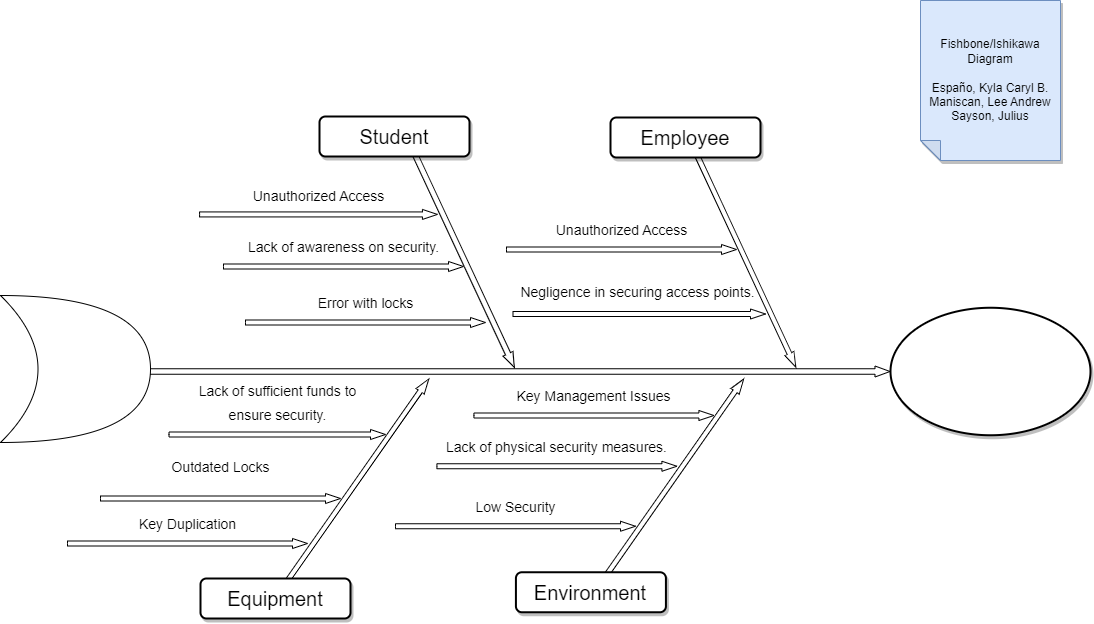
The draw.io diagram Fishbone Diagram.drawio.png in kaisunoo/Acads, before a commit. Source tidied: cells renumbered, new cells last; positions are measured from the earlier drawing's top-left corner, leaving out a move shared by most shapes.
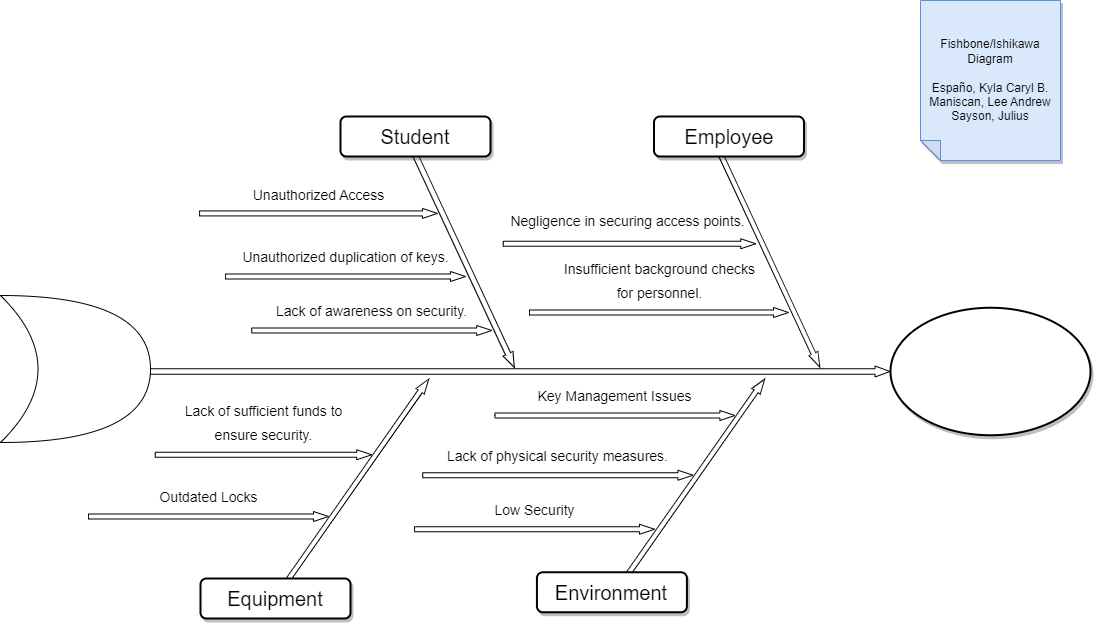
Later version of the same file.

Change to the diagram source:
```diff
@@ -6,7 +6,7 @@
       <mxGeometry x="352.2" y="356.1" width="10" height="247.8" as="geometry" />
     </mxCell>
     <mxCell id="3" style="html=1;shadow=0;dashed=0;align=center;verticalAlign=middle;shape=mxgraph.arrows2.arrow;dy=0.5;dx=15;direction=north;notch=0;rounded=0;strokeWidth=1;fontSize=20;rotation=35;" parent="1" vertex="1">
-      <mxGeometry x="669.3" y="356.9" width="10" height="240" as="geometry" />
+      <mxGeometry x="690.3" y="356.9" width="10" height="240" as="geometry" />
     </mxCell>
     <mxCell id="4" style="html=1;shadow=0;dashed=0;align=center;verticalAlign=middle;shape=mxgraph.arrows2.arrow;dy=0.5;dx=15;direction=north;notch=0;rounded=0;strokeWidth=1;fontSize=20;rotation=90;" parent="1" vertex="1">
       <mxGeometry x="513.5" y="0.5" width="11" height="741" as="geometry" />
@@ -15,59 +15,56 @@
       <mxGeometry x="457.6" y="138.1" width="11" height="240" as="geometry" />
     </mxCell>
     <mxCell id="6" style="html=1;shadow=0;dashed=0;align=center;verticalAlign=middle;shape=mxgraph.arrows2.arrow;dy=0.5;dx=15;direction=north;notch=0;rounded=0;strokeWidth=1;fontSize=20;rotation=155;" parent="1" vertex="1">
-      <mxGeometry x="739.5" y="137.9" width="10" height="240" as="geometry" />
+      <mxGeometry x="763.5" y="137.9" width="10" height="240" as="geometry" />
     </mxCell>
     <mxCell id="7" value="Student" style="rounded=1;whiteSpace=wrap;html=1;shadow=1;strokeWidth=2;fontSize=20;" parent="1" vertex="1">
-      <mxGeometry x="319" y="116" width="150" height="40" as="geometry" />
+      <mxGeometry x="340" y="116" width="150" height="40" as="geometry" />
     </mxCell>
     <mxCell id="8" value="Employee" style="rounded=1;whiteSpace=wrap;html=1;shadow=1;strokeWidth=2;fontSize=20;" parent="1" vertex="1">
-      <mxGeometry x="610" y="117" width="150" height="40" as="geometry" />
+      <mxGeometry x="653.5" y="116" width="150" height="40" as="geometry" />
     </mxCell>
     <mxCell id="9" value="Equipment" style="rounded=1;whiteSpace=wrap;html=1;shadow=1;strokeWidth=2;fontSize=20;" parent="1" vertex="1">
       <mxGeometry x="200" y="578" width="150" height="40" as="geometry" />
     </mxCell>
     <mxCell id="10" value="Environment" style="rounded=1;whiteSpace=wrap;html=1;shadow=1;strokeWidth=2;fontSize=20;" parent="1" vertex="1">
-      <mxGeometry x="515.4" y="571.8" width="150" height="40" as="geometry" />
+      <mxGeometry x="536.4" y="571.8" width="150" height="40" as="geometry" />
     </mxCell>
     <mxCell id="11" style="ellipse;whiteSpace=wrap;html=1;rounded=1;shadow=1;strokeWidth=2;fontSize=20;" parent="1" vertex="1">
       <mxGeometry x="890" y="307.2" width="200" height="127.5" as="geometry" />
     </mxCell>
     <mxCell id="12" value="&lt;span style=&quot;font-size: 14px;&quot;&gt;Lack of awareness on security.&lt;br&gt;&lt;/span&gt;&lt;span style=&quot;font-size: 14px;&quot;&gt;&amp;nbsp;&lt;/span&gt;&lt;span style=&quot;font-size: 14px;&quot;&gt;&lt;br&gt;&lt;/span&gt;" style="html=1;shadow=0;dashed=0;align=center;verticalAlign=middle;shape=mxgraph.arrows2.arrow;dy=0.5;dx=15;direction=north;notch=0;rounded=0;strokeWidth=1;fontSize=20;rotation=90;horizontal=0;labelPosition=left;verticalLabelPosition=middle;" parent="1" vertex="1">
-      <mxGeometry x="338" y="146" width="10" height="240" as="geometry" />
+      <mxGeometry x="366.2" y="210" width="10" height="240" as="geometry" />
     </mxCell>
-    <mxCell id="13" value="&lt;font style=&quot;font-size: 14px;&quot;&gt;Unauthorized Access&lt;br&gt;&lt;br&gt;&lt;/font&gt;" style="html=1;shadow=0;dashed=0;align=center;verticalAlign=middle;shape=mxgraph.arrows2.arrow;dy=0.5;dx=15;direction=north;notch=0;rounded=0;strokeWidth=1;fontSize=20;rotation=90;horizontal=0;labelPosition=left;verticalLabelPosition=middle;" parent="1" vertex="1">
-      <mxGeometry x="616" y="134" width="10" height="230" as="geometry" />
+    <mxCell id="13" value="&lt;font style=&quot;font-size: 14px;&quot;&gt;Insufficient background checks &lt;br&gt;for personnel.&lt;br&gt;&lt;br&gt;&lt;br&gt;&lt;/font&gt;" style="html=1;shadow=0;dashed=0;align=center;verticalAlign=middle;shape=mxgraph.arrows2.arrow;dy=0.5;dx=15;direction=north;notch=0;rounded=0;strokeWidth=1;fontSize=20;rotation=90;horizontal=0;labelPosition=left;verticalLabelPosition=middle;" parent="1" vertex="1">
+      <mxGeometry x="653.5" y="182.5" width="10" height="259" as="geometry" />
     </mxCell>
-    <mxCell id="14" value="&lt;font style=&quot;font-size: 14px;&quot;&gt;Outdated Locks&lt;br&gt;&lt;br&gt;&lt;br&gt;&lt;/font&gt;" style="html=1;shadow=0;dashed=0;align=center;verticalAlign=middle;shape=mxgraph.arrows2.arrow;dy=0.5;dx=15;direction=north;notch=0;rounded=0;strokeWidth=1;fontSize=20;rotation=90;horizontal=0;labelPosition=left;verticalLabelPosition=middle;" parent="1" vertex="1">
-      <mxGeometry x="215" y="378" width="10" height="240" as="geometry" />
+    <mxCell id="14" value="&lt;font style=&quot;font-size: 14px;&quot;&gt;Outdated Locks&lt;br&gt;&lt;br&gt;&lt;/font&gt;" style="html=1;shadow=0;dashed=0;align=center;verticalAlign=middle;shape=mxgraph.arrows2.arrow;dy=0.5;dx=15;direction=north;notch=0;rounded=0;strokeWidth=1;fontSize=20;rotation=90;horizontal=0;labelPosition=left;verticalLabelPosition=middle;" parent="1" vertex="1">
+      <mxGeometry x="203" y="396" width="10" height="240" as="geometry" />
     </mxCell>
     <mxCell id="15" value="&lt;font style=&quot;font-size: 14px;&quot;&gt;Lack of physical security measures.&lt;br&gt;&lt;br&gt;&lt;/font&gt;" style="html=1;shadow=0;dashed=0;align=center;verticalAlign=middle;shape=mxgraph.arrows2.arrow;dy=0.5;dx=15;direction=north;notch=0;rounded=0;strokeWidth=1;fontSize=20;rotation=90;horizontal=0;labelPosition=left;verticalLabelPosition=middle;" parent="1" vertex="1">
-      <mxGeometry x="551.4" y="345.8" width="10" height="240" as="geometry" />
+      <mxGeometry x="552.3" y="339.6" width="10" height="270.2" as="geometry" />
     </mxCell>
-    <mxCell id="16" value="&lt;font style=&quot;font-size: 14px;&quot;&gt;Error with locks&lt;br&gt;&lt;br&gt;&lt;/font&gt;" style="html=1;shadow=0;dashed=0;align=center;verticalAlign=middle;shape=mxgraph.arrows2.arrow;dy=0.5;dx=15;direction=north;notch=0;rounded=0;strokeWidth=1;fontSize=20;rotation=90;horizontal=0;labelPosition=left;verticalLabelPosition=middle;" parent="1" vertex="1">
-      <mxGeometry x="360" y="202" width="10" height="240" as="geometry" />
+    <mxCell id="16" value="&lt;font style=&quot;font-size: 14px;&quot;&gt;Unauthorized duplication of keys.&lt;br&gt;&lt;br&gt;&lt;/font&gt;" style="html=1;shadow=0;dashed=0;align=center;verticalAlign=middle;shape=mxgraph.arrows2.arrow;dy=0.5;dx=15;direction=north;notch=0;rounded=0;strokeWidth=1;fontSize=20;rotation=90;horizontal=0;labelPosition=left;verticalLabelPosition=middle;" parent="1" vertex="1">
+      <mxGeometry x="340" y="156" width="10" height="240" as="geometry" />
     </mxCell>
     <mxCell id="17" value="&lt;font style=&quot;font-size: 14px;&quot;&gt;&lt;div style=&quot;&quot;&gt;Negligence in securing access&amp;nbsp;points.&amp;nbsp;&lt;/div&gt;&lt;br&gt;&lt;/font&gt;" style="html=1;shadow=0;dashed=0;align=center;verticalAlign=middle;shape=mxgraph.arrows2.arrow;dy=0.5;dx=15;direction=north;notch=0;rounded=0;strokeWidth=1;fontSize=20;rotation=90;horizontal=0;labelPosition=left;verticalLabelPosition=middle;" parent="1" vertex="1">
-      <mxGeometry x="633.8" y="187.2" width="10" height="252.5" as="geometry" />
+      <mxGeometry x="624" y="117" width="10" height="252.5" as="geometry" />
     </mxCell>
     <mxCell id="18" value="&lt;font style=&quot;font-size: 14px;&quot;&gt;Lack of sufficient funds to &lt;br&gt;ensure security.&lt;br&gt;&lt;br&gt;&lt;br&gt;&lt;/font&gt;" style="html=1;shadow=0;dashed=0;align=center;verticalAlign=middle;shape=mxgraph.arrows2.arrow;dy=0.5;dx=15;direction=north;notch=0;rounded=0;strokeWidth=1;fontSize=20;rotation=90;horizontal=0;labelPosition=left;verticalLabelPosition=middle;" parent="1" vertex="1">
-      <mxGeometry x="271.8" y="325.8" width="10" height="216.5" as="geometry" />
+      <mxGeometry x="258" y="346" width="10" height="216.5" as="geometry" />
     </mxCell>
     <mxCell id="19" value="&lt;font style=&quot;font-size: 14px;&quot;&gt;Key Management Issues&lt;br&gt;&lt;br&gt;&lt;/font&gt;" style="html=1;shadow=0;dashed=0;align=center;verticalAlign=middle;shape=mxgraph.arrows2.arrow;dy=0.5;dx=15;direction=north;notch=0;rounded=0;strokeWidth=1;fontSize=20;rotation=90;horizontal=0;labelPosition=left;verticalLabelPosition=middle;" parent="1" vertex="1">
-      <mxGeometry x="588.4" y="295" width="10" height="240" as="geometry" />
+      <mxGeometry x="609.4" y="295" width="10" height="240" as="geometry" />
     </mxCell>
     <mxCell id="20" value="Fishbone/Ishikawa Diagram&lt;br&gt;&lt;br&gt;Españo, Kyla Caryl B.&lt;br&gt;Maniscan, Lee Andrew&lt;br&gt;Sayson, Julius" style="shape=note;whiteSpace=wrap;html=1;backgroundOutline=1;darkOpacity=0.05;fillColor=#dae8fc;strokeColor=#6c8ebf;fillStyle=solid;direction=west;gradientDirection=north;shadow=1;size=20;" parent="1" vertex="1">
       <mxGeometry x="920" width="140" height="160" as="geometry" />
     </mxCell>
     <mxCell id="21" value="&lt;font style=&quot;font-size: 14px;&quot;&gt;&lt;div style=&quot;&quot;&gt;Unauthorized Access&lt;br&gt;&lt;/div&gt;&lt;div style=&quot;&quot;&gt;&amp;nbsp;&lt;/div&gt;&lt;/font&gt;" style="html=1;shadow=0;dashed=0;align=center;verticalAlign=middle;shape=mxgraph.arrows2.arrow;dy=0.5;dx=15;direction=north;notch=0;rounded=0;strokeWidth=1;fontSize=20;rotation=90;horizontal=0;labelPosition=left;verticalLabelPosition=middle;" parent="1" vertex="1">
-      <mxGeometry x="313" y="95" width="10" height="237.9" as="geometry" />
+      <mxGeometry x="313" y="94" width="10" height="237.9" as="geometry" />
     </mxCell>
     <mxCell id="22" value="&lt;font style=&quot;font-size: 14px;&quot;&gt;Low Security&lt;br&gt;&lt;br&gt;&lt;/font&gt;" style="html=1;shadow=0;dashed=0;align=center;verticalAlign=middle;shape=mxgraph.arrows2.arrow;dy=0.5;dx=15;direction=north;notch=0;rounded=0;strokeWidth=1;fontSize=20;rotation=90;horizontal=0;labelPosition=left;verticalLabelPosition=middle;" parent="1" vertex="1">
-      <mxGeometry x="510" y="405.8" width="10" height="240" as="geometry" />
+      <mxGeometry x="529" y="408.8" width="10" height="240" as="geometry" />
     </mxCell>
-    <mxCell id="23" value="&lt;span style=&quot;font-size: 14px;&quot;&gt;Key Duplication&lt;br&gt;&lt;br&gt;&lt;/span&gt;" style="html=1;shadow=0;dashed=0;align=center;verticalAlign=middle;shape=mxgraph.arrows2.arrow;dy=0.5;dx=15;direction=north;notch=0;rounded=0;strokeWidth=1;fontSize=20;rotation=90;horizontal=0;labelPosition=left;verticalLabelPosition=middle;" parent="1" vertex="1">
-      <mxGeometry x="182" y="423" width="10" height="240" as="geometry" />
-    </mxCell>
     <mxCell id="24" style="shape=xor;whiteSpace=wrap;html=1;" parent="1" vertex="1">
       <mxGeometry y="295" width="150" height="147" as="geometry" />
     </mxCell>
```
